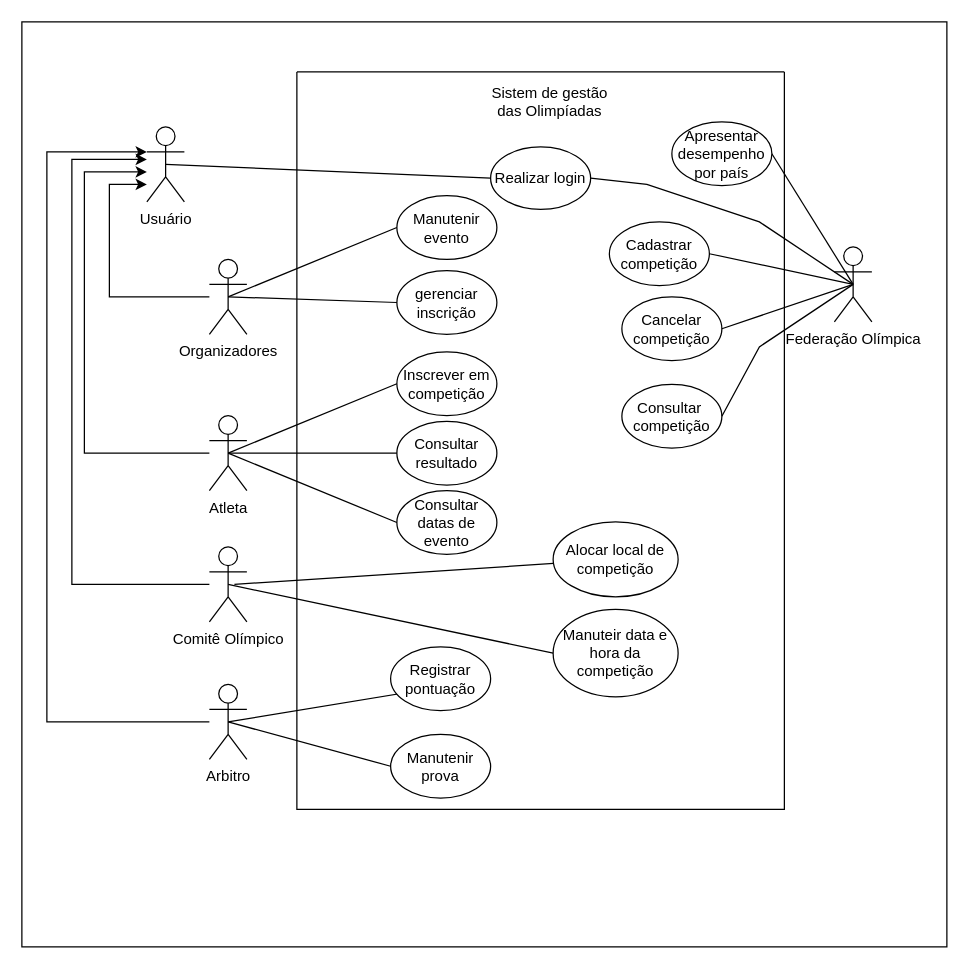
Above: Diagrama sem nome.drawio in Jhonatan-Gutemberg/SGO (draw.io), before the change. Source tidied: cells renumbered, new cells numbered last; positions are measured from the earlier drawing's top-left corner, leaving out a move shared by most shapes. Both pictures are drawn from the tidied source at 125%, with x=0, y=0 at pixel (21, 21).
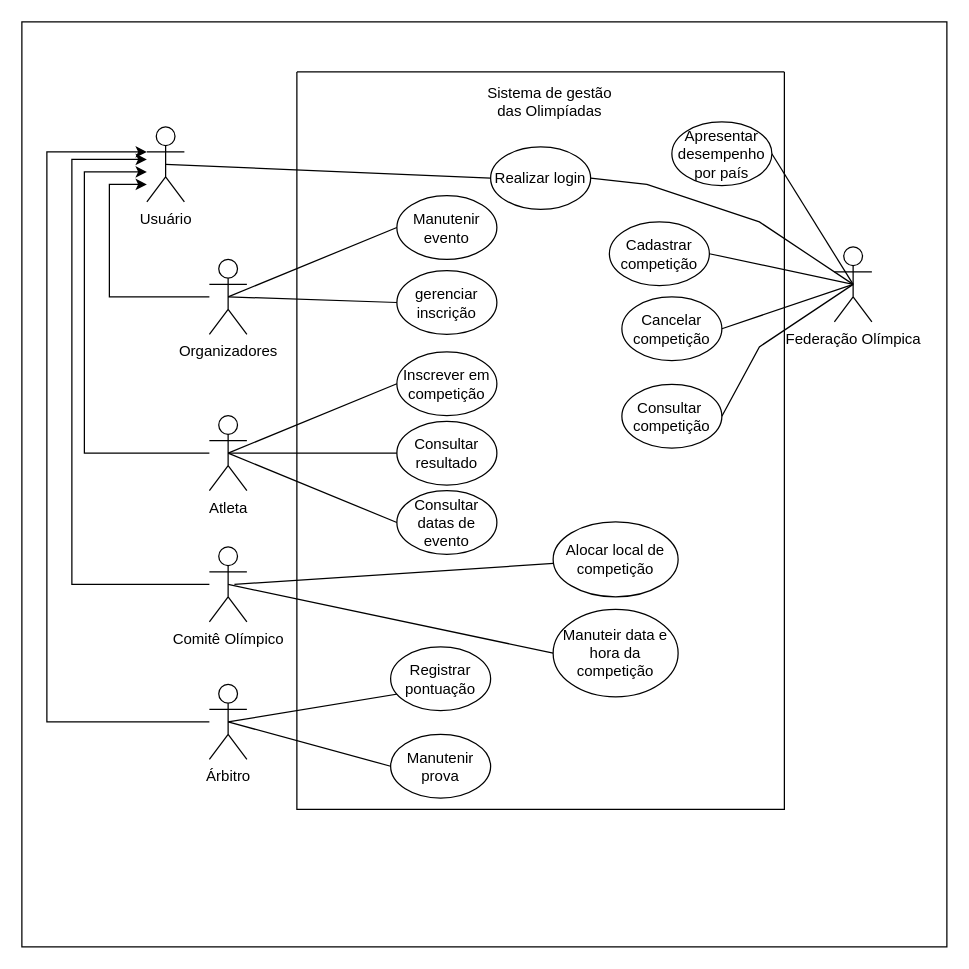
The same diagram, later.

Commit message:
Melhoria no diagrama de caso de uso

Change to the diagram source:
```diff
@@
-    <mxCell id="15" value="Arbitro" style="shape=umlActor;verticalLabelPosition=bottom;verticalAlign=top;html=1;outlineConnect=0;" parent="1" vertex="1">
+    <mxCell id="15" value="Árbitro" style="shape=umlActor;verticalLabelPosition=bottom;verticalAlign=top;html=1;outlineConnect=0;" parent="1" vertex="1">
       <mxGeometry x="150" y="530" width="30" height="60" as="geometry" />
     </mxCell>
@@
-    <mxCell id="43" value="Sistem de gestão das Olimpíadas" style="text;html=1;align=center;verticalAlign=middle;whiteSpace=wrap;rounded=0;" parent="1" vertex="1">
+    <mxCell id="43" value="Sistema de gestão das Olimpíadas" style="text;html=1;align=center;verticalAlign=middle;whiteSpace=wrap;rounded=0;" parent="1" vertex="1">
       <mxGeometry x="365" y="49" width="115" height="30" as="geometry" />
     </mxCell>
```
